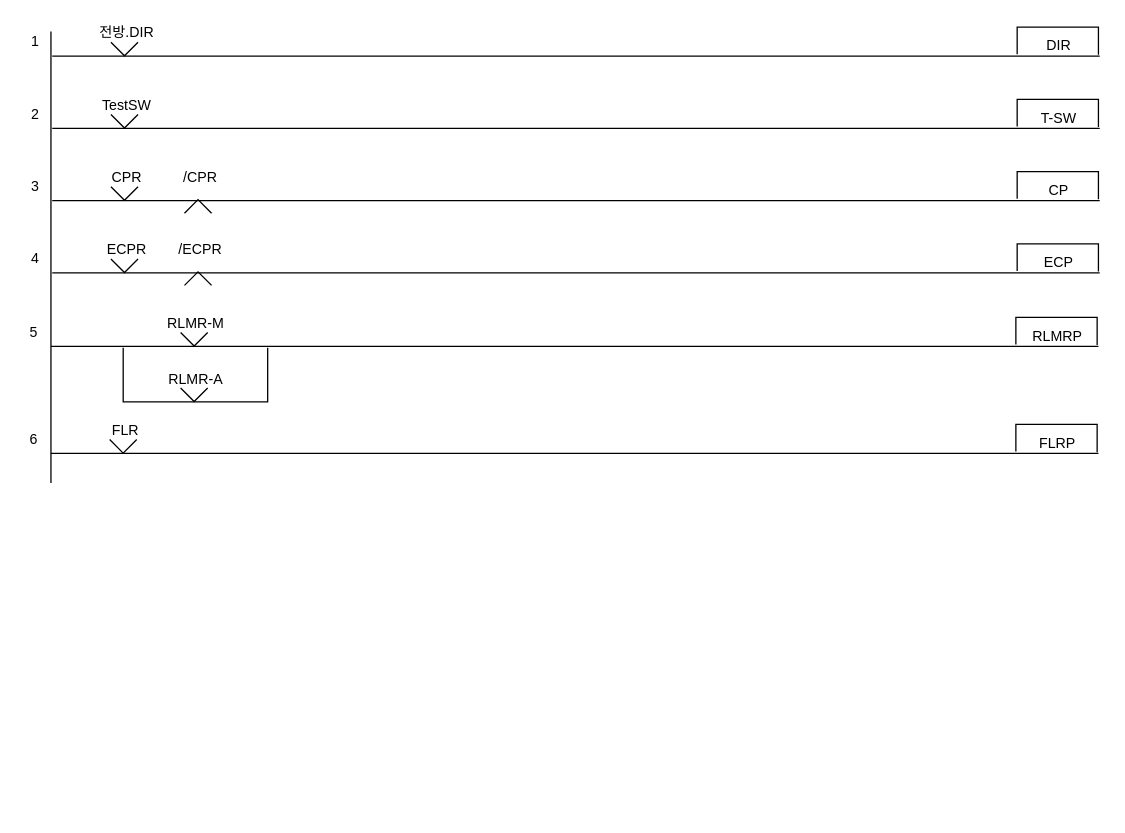
Before: page "통신제어(송신)" (6 of 6) of Untitled Diagram.drawio in chillin2/MyDraw.io, a draw.io diagram. Source tidied: cells renumbered, new cells numbered last; positions are measured from the earlier drawing's top-left corner, leaving out a move shared by most shapes. Both pictures are drawn from the tidied source at 129%, with x=0, y=0 at pixel (22, 22).
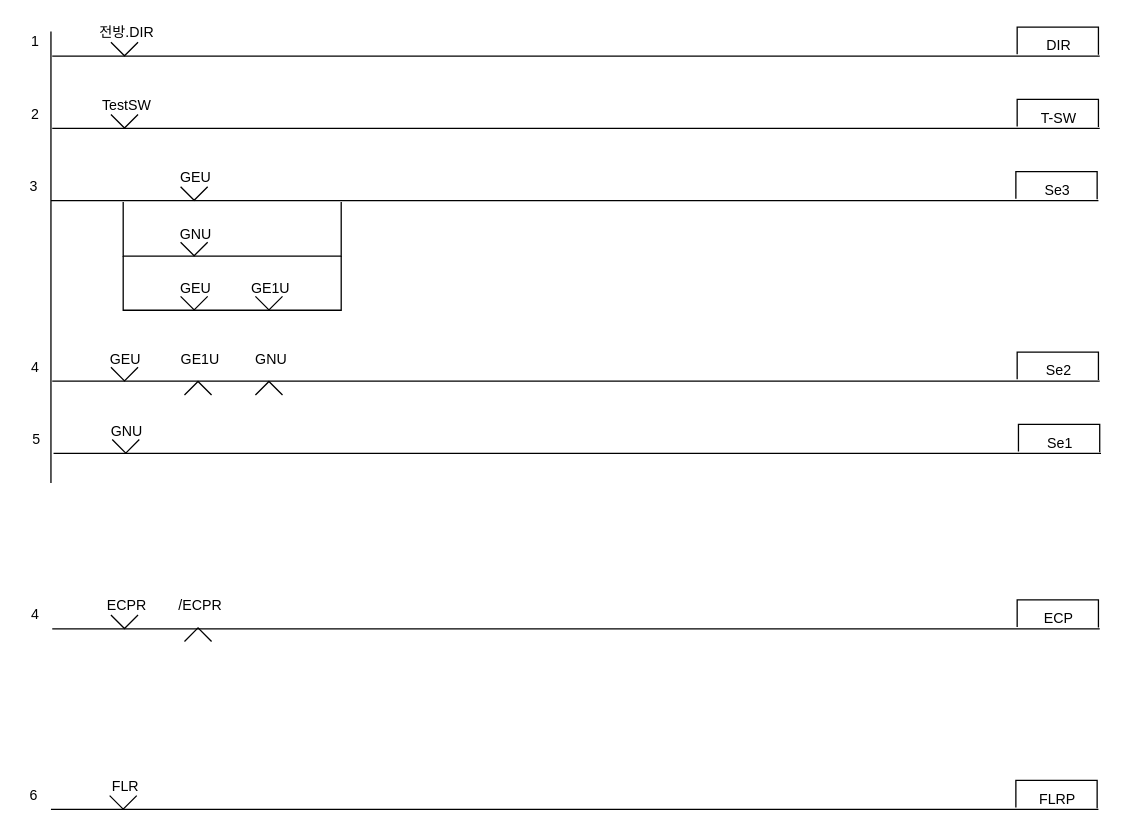
After the change.

The edit, as a diff of the source:
```diff
@@
     <mxCell id="15" style="endArrow=none;html=1;rounded=0;" parent="1" edge="1">
       <mxGeometry relative="1" as="geometry">
-        <mxPoint x="22" y="251" as="sourcePoint" />
-        <mxPoint x="834" y="251" as="targetPoint" />
+        <mxPoint x="22" y="138" as="sourcePoint" />
+        <mxPoint x="834" y="138" as="targetPoint" />
       </mxGeometry>
     </mxCell>
-    <mxCell id="16" value="RLMR-M" style="text;html=1;strokeColor=none;fillColor=none;align=center;verticalAlign=middle;whiteSpace=wrap;rounded=0;fontFamily=Helvetica;fontSize=11;fontColor=default;" parent="1" vertex="1">
-      <mxGeometry x="110" y="226" width="49" height="14" as="geometry" />
+    <mxCell id="16" value="GEU" style="text;html=1;strokeColor=none;fillColor=none;align=center;verticalAlign=middle;whiteSpace=wrap;rounded=0;fontFamily=Helvetica;fontSize=11;fontColor=default;" parent="1" vertex="1">
+      <mxGeometry x="110" y="113" width="49" height="14" as="geometry" />
     </mxCell>
-    <mxCell id="17" value="RLMRP" style="text;html=1;strokeColor=none;fillColor=none;align=center;verticalAlign=middle;whiteSpace=wrap;rounded=0;fontFamily=Helvetica;fontSize=11;fontColor=default;" parent="1" vertex="1">
-      <mxGeometry x="779" y="236" width="47" height="13" as="geometry" />
+    <mxCell id="17" value="Se3" style="text;html=1;strokeColor=none;fillColor=none;align=center;verticalAlign=middle;whiteSpace=wrap;rounded=0;fontFamily=Helvetica;fontSize=11;fontColor=default;" parent="1" vertex="1">
+      <mxGeometry x="779" y="123" width="47" height="13" as="geometry" />
     </mxCell>
     <mxCell id="18" style="endArrow=none;html=1;rounded=0;" parent="1" edge="1">
       <mxGeometry relative="1" as="geometry">
-        <mxPoint x="78" y="252" as="sourcePoint" />
-        <mxPoint x="190" y="252" as="targetPoint" />
+        <mxPoint x="78" y="139" as="sourcePoint" />
+        <mxPoint x="247" y="139" as="targetPoint" />
         <Array as="points">
-          <mxPoint x="78" y="294" />
-          <mxPoint x="190" y="294" />
+          <mxPoint x="78" y="181" />
+          <mxPoint x="247" y="181" />
         </Array>
       </mxGeometry>
     </mxCell>
     <mxCell id="19" style="endArrow=none;html=1;rounded=0;labelBackgroundColor=default;fontFamily=Helvetica;fontSize=11;fontColor=default;startSize=3;endSize=3;sourcePerimeterSpacing=0;strokeColor=default;shape=connector;jumpStyle=none;jumpSize=6;" parent="1" edge="1">
       <mxGeometry relative="1" as="geometry">
-        <mxPoint x="770" y="249.5" as="sourcePoint" />
-        <mxPoint x="833" y="250" as="targetPoint" />
+        <mxPoint x="770" y="136.5" as="sourcePoint" />
+        <mxPoint x="833" y="137" as="targetPoint" />
         <Array as="points">
-          <mxPoint x="770" y="228.5" />
-          <mxPoint x="833" y="228.5" />
+          <mxPoint x="770" y="115.5" />
+          <mxPoint x="833" y="115.5" />
         </Array>
       </mxGeometry>
     </mxCell>
     <mxCell id="20" style="verticalLabelPosition=bottom;html=1;verticalAlign=top;align=center;shape=mxgraph.floorplan.windowBow;strokeWidth=1;fontSize=11;" parent="1" vertex="1">
-      <mxGeometry x="122.5" y="240" width="21" height="11" as="geometry" />
+      <mxGeometry x="122.5" y="127" width="21" height="11" as="geometry" />
     </mxCell>
     <mxCell id="21" style="verticalLabelPosition=bottom;html=1;verticalAlign=top;align=center;shape=mxgraph.floorplan.windowBow;strokeWidth=1;fontSize=11;" parent="1" vertex="1">
-      <mxGeometry x="122.5" y="283" width="21" height="11" as="geometry" />
+      <mxGeometry x="122.5" y="170" width="21" height="11" as="geometry" />
     </mxCell>
-    <mxCell id="22" value="5" style="text;html=1;strokeColor=none;fillColor=none;align=center;verticalAlign=middle;whiteSpace=wrap;rounded=0;fontFamily=Helvetica;fontSize=11;fontColor=default;" parent="1" vertex="1">
-      <mxGeometry y="232" width="18" height="16" as="geometry" />
+    <mxCell id="22" value="3" style="text;html=1;strokeColor=none;fillColor=none;align=center;verticalAlign=middle;whiteSpace=wrap;rounded=0;fontFamily=Helvetica;fontSize=11;fontColor=default;" parent="1" vertex="1">
+      <mxGeometry y="119" width="18" height="16" as="geometry" />
     </mxCell>
     <mxCell id="23" style="endArrow=none;html=1;rounded=0;" parent="1" edge="1">
       <mxGeometry relative="1" as="geometry">
-        <mxPoint x="22" y="334" as="sourcePoint" />
-        <mxPoint x="834" y="334" as="targetPoint" />
+        <mxPoint x="22" y="610" as="sourcePoint" />
+        <mxPoint x="834" y="610" as="targetPoint" />
       </mxGeometry>
     </mxCell>
     <mxCell id="24" value="FLR" style="text;html=1;strokeColor=none;fillColor=none;align=center;verticalAlign=middle;whiteSpace=wrap;rounded=0;fontFamily=Helvetica;fontSize=11;fontColor=default;" parent="1" vertex="1">
-      <mxGeometry x="60" y="308" width="40" height="15" as="geometry" />
+      <mxGeometry x="60" y="584" width="40" height="15" as="geometry" />
     </mxCell>
     <mxCell id="25" value="FLRP" style="text;html=1;strokeColor=none;fillColor=none;align=center;verticalAlign=middle;whiteSpace=wrap;rounded=0;fontFamily=Helvetica;fontSize=11;fontColor=default;" parent="1" vertex="1">
-      <mxGeometry x="779" y="319" width="47" height="13" as="geometry" />
+      <mxGeometry x="779" y="595" width="47" height="13" as="geometry" />
     </mxCell>
     <mxCell id="26" style="endArrow=none;html=1;rounded=0;labelBackgroundColor=default;fontFamily=Helvetica;fontSize=11;fontColor=default;startSize=3;endSize=3;sourcePerimeterSpacing=0;strokeColor=default;shape=connector;jumpStyle=none;jumpSize=6;" parent="1" edge="1">
       <mxGeometry relative="1" as="geometry">
-        <mxPoint x="770" y="332.5" as="sourcePoint" />
-        <mxPoint x="833" y="333" as="targetPoint" />
+        <mxPoint x="770" y="608.5" as="sourcePoint" />
+        <mxPoint x="833" y="609" as="targetPoint" />
         <Array as="points">
-          <mxPoint x="770" y="311.5" />
-          <mxPoint x="833" y="311.5" />
+          <mxPoint x="770" y="587.5" />
+          <mxPoint x="833" y="587.5" />
         </Array>
       </mxGeometry>
     </mxCell>
     <mxCell id="27" style="verticalLabelPosition=bottom;html=1;verticalAlign=top;align=center;shape=mxgraph.floorplan.windowBow;strokeWidth=1;fontSize=11;" parent="1" vertex="1">
-      <mxGeometry x="67.5" y="323" width="21" height="11" as="geometry" />
+      <mxGeometry x="67.5" y="599" width="21" height="11" as="geometry" />
     </mxCell>
     <mxCell id="28" value="6" style="text;html=1;strokeColor=none;fillColor=none;align=center;verticalAlign=middle;whiteSpace=wrap;rounded=0;fontFamily=Helvetica;fontSize=11;fontColor=default;" parent="1" vertex="1">
-      <mxGeometry y="315" width="18" height="16" as="geometry" />
+      <mxGeometry y="591" width="18" height="16" as="geometry" />
     </mxCell>
     <mxCell id="29" style="endArrow=none;html=1;rounded=0;" parent="1" edge="1">
       <mxGeometry relative="1" as="geometry">
-        <mxPoint x="23" y="138" as="sourcePoint" />
-        <mxPoint x="835" y="138" as="targetPoint" />
+        <mxPoint x="23" y="278" as="sourcePoint" />
+        <mxPoint x="835" y="278" as="targetPoint" />
       </mxGeometry>
     </mxCell>
-    <mxCell id="30" value="CPR" style="text;html=1;strokeColor=none;fillColor=none;align=center;verticalAlign=middle;whiteSpace=wrap;rounded=0;fontFamily=Helvetica;fontSize=11;fontColor=default;" parent="1" vertex="1">
-      <mxGeometry x="61" y="112" width="40" height="15" as="geometry" />
+    <mxCell id="30" value="GEU" style="text;html=1;strokeColor=none;fillColor=none;align=center;verticalAlign=middle;whiteSpace=wrap;rounded=0;fontFamily=Helvetica;fontSize=11;fontColor=default;" parent="1" vertex="1">
+      <mxGeometry x="60" y="253" width="40" height="15" as="geometry" />
     </mxCell>
-    <mxCell id="31" value="CP" style="text;html=1;strokeColor=none;fillColor=none;align=center;verticalAlign=middle;whiteSpace=wrap;rounded=0;fontFamily=Helvetica;fontSize=11;fontColor=default;" parent="1" vertex="1">
-      <mxGeometry x="780" y="123" width="47" height="13" as="geometry" />
+    <mxCell id="31" value="Se2" style="text;html=1;strokeColor=none;fillColor=none;align=center;verticalAlign=middle;whiteSpace=wrap;rounded=0;fontFamily=Helvetica;fontSize=11;fontColor=default;" parent="1" vertex="1">
+      <mxGeometry x="780" y="263" width="47" height="13" as="geometry" />
     </mxCell>
     <mxCell id="32" style="endArrow=none;html=1;rounded=0;labelBackgroundColor=default;fontFamily=Helvetica;fontSize=11;fontColor=default;startSize=3;endSize=3;sourcePerimeterSpacing=0;strokeColor=default;shape=connector;jumpStyle=none;jumpSize=6;" parent="1" edge="1">
       <mxGeometry relative="1" as="geometry">
-        <mxPoint x="771" y="136.5" as="sourcePoint" />
-        <mxPoint x="834" y="137" as="targetPoint" />
+        <mxPoint x="771" y="276.5" as="sourcePoint" />
+        <mxPoint x="834" y="277" as="targetPoint" />
         <Array as="points">
-          <mxPoint x="771" y="115.5" />
-          <mxPoint x="834" y="115.5" />
+          <mxPoint x="771" y="255.5" />
+          <mxPoint x="834" y="255.5" />
         </Array>
       </mxGeometry>
     </mxCell>
     <mxCell id="33" style="verticalLabelPosition=bottom;html=1;verticalAlign=top;align=center;shape=mxgraph.floorplan.windowBow;strokeWidth=1;fontSize=11;" parent="1" vertex="1">
-      <mxGeometry x="68.5" y="127" width="21" height="11" as="geometry" />
+      <mxGeometry x="68.5" y="267" width="21" height="11" as="geometry" />
     </mxCell>
-    <mxCell id="34" value="3" style="text;html=1;strokeColor=none;fillColor=none;align=center;verticalAlign=middle;whiteSpace=wrap;rounded=0;fontFamily=Helvetica;fontSize=11;fontColor=default;" parent="1" vertex="1">
-      <mxGeometry x="1" y="119" width="18" height="16" as="geometry" />
+    <mxCell id="34" value="4" style="text;html=1;strokeColor=none;fillColor=none;align=center;verticalAlign=middle;whiteSpace=wrap;rounded=0;fontFamily=Helvetica;fontSize=11;fontColor=default;" parent="1" vertex="1">
+      <mxGeometry x="1" y="259" width="18" height="16" as="geometry" />
     </mxCell>
-    <mxCell id="35" value="/CPR" style="text;html=1;strokeColor=none;fillColor=none;align=center;verticalAlign=middle;whiteSpace=wrap;rounded=0;fontFamily=Helvetica;fontSize=11;fontColor=default;" parent="1" vertex="1">
-      <mxGeometry x="118" y="112" width="40" height="15" as="geometry" />
+    <mxCell id="35" value="GE1U" style="text;html=1;strokeColor=none;fillColor=none;align=center;verticalAlign=middle;whiteSpace=wrap;rounded=0;fontFamily=Helvetica;fontSize=11;fontColor=default;" parent="1" vertex="1">
+      <mxGeometry x="118" y="253" width="40" height="15" as="geometry" />
     </mxCell>
     <mxCell id="36" style="verticalLabelPosition=bottom;html=1;verticalAlign=top;align=center;shape=mxgraph.floorplan.windowBow;strokeWidth=1;fontSize=11;direction=west;" parent="1" vertex="1">
-      <mxGeometry x="125.5" y="137" width="21" height="11" as="geometry" />
+      <mxGeometry x="125.5" y="278" width="21" height="11" as="geometry" />
     </mxCell>
     <mxCell id="37" style="endArrow=none;html=1;rounded=0;" parent="1" edge="1">
       <mxGeometry relative="1" as="geometry">
-        <mxPoint x="23" y="194" as="sourcePoint" />
-        <mxPoint x="835" y="194" as="targetPoint" />
+        <mxPoint x="23" y="470" as="sourcePoint" />
+        <mxPoint x="835" y="470" as="targetPoint" />
       </mxGeometry>
     </mxCell>
     <mxCell id="38" value="ECPR" style="text;html=1;strokeColor=none;fillColor=none;align=center;verticalAlign=middle;whiteSpace=wrap;rounded=0;fontFamily=Helvetica;fontSize=11;fontColor=default;" parent="1" vertex="1">
-      <mxGeometry x="61" y="168" width="40" height="15" as="geometry" />
+      <mxGeometry x="61" y="444" width="40" height="15" as="geometry" />
     </mxCell>
     <mxCell id="39" value="ECP" style="text;html=1;strokeColor=none;fillColor=none;align=center;verticalAlign=middle;whiteSpace=wrap;rounded=0;fontFamily=Helvetica;fontSize=11;fontColor=default;" parent="1" vertex="1">
-      <mxGeometry x="780" y="179" width="47" height="13" as="geometry" />
+      <mxGeometry x="780" y="455" width="47" height="13" as="geometry" />
     </mxCell>
     <mxCell id="40" style="endArrow=none;html=1;rounded=0;labelBackgroundColor=default;fontFamily=Helvetica;fontSize=11;fontColor=default;startSize=3;endSize=3;sourcePerimeterSpacing=0;strokeColor=default;shape=connector;jumpStyle=none;jumpSize=6;" parent="1" edge="1">
       <mxGeometry relative="1" as="geometry">
-        <mxPoint x="771" y="192.5" as="sourcePoint" />
-        <mxPoint x="834" y="193" as="targetPoint" />
+        <mxPoint x="771" y="468.5" as="sourcePoint" />
+        <mxPoint x="834" y="469" as="targetPoint" />
         <Array as="points">
-          <mxPoint x="771" y="171.5" />
-          <mxPoint x="834" y="171.5" />
+          <mxPoint x="771" y="447.5" />
+          <mxPoint x="834" y="447.5" />
         </Array>
       </mxGeometry>
     </mxCell>
     <mxCell id="41" style="verticalLabelPosition=bottom;html=1;verticalAlign=top;align=center;shape=mxgraph.floorplan.windowBow;strokeWidth=1;fontSize=11;" parent="1" vertex="1">
-      <mxGeometry x="68.5" y="183" width="21" height="11" as="geometry" />
+      <mxGeometry x="68.5" y="459" width="21" height="11" as="geometry" />
     </mxCell>
     <mxCell id="42" value="4" style="text;html=1;strokeColor=none;fillColor=none;align=center;verticalAlign=middle;whiteSpace=wrap;rounded=0;fontFamily=Helvetica;fontSize=11;fontColor=default;" parent="1" vertex="1">
-      <mxGeometry x="1" y="175" width="18" height="16" as="geometry" />
+      <mxGeometry x="1" y="451" width="18" height="16" as="geometry" />
     </mxCell>
     <mxCell id="43" value="/ECPR" style="text;html=1;strokeColor=none;fillColor=none;align=center;verticalAlign=middle;whiteSpace=wrap;rounded=0;fontFamily=Helvetica;fontSize=11;fontColor=default;" parent="1" vertex="1">
-      <mxGeometry x="118" y="168" width="40" height="15" as="geometry" />
+      <mxGeometry x="118" y="444" width="40" height="15" as="geometry" />
     </mxCell>
     <mxCell id="44" style="verticalLabelPosition=bottom;html=1;verticalAlign=top;align=center;shape=mxgraph.floorplan.windowBow;strokeWidth=1;fontSize=11;direction=west;" parent="1" vertex="1">
-      <mxGeometry x="125.5" y="193" width="21" height="11" as="geometry" />
+      <mxGeometry x="125.5" y="469" width="21" height="11" as="geometry" />
     </mxCell>
-    <mxCell id="45" value="RLMR-A" style="text;html=1;strokeColor=none;fillColor=none;align=center;verticalAlign=middle;whiteSpace=wrap;rounded=0;fontFamily=Helvetica;fontSize=11;fontColor=default;" parent="1" vertex="1">
-      <mxGeometry x="110" y="270" width="49" height="14" as="geometry" />
+    <mxCell id="45" value="GNU" style="text;html=1;strokeColor=none;fillColor=none;align=center;verticalAlign=middle;whiteSpace=wrap;rounded=0;fontFamily=Helvetica;fontSize=11;fontColor=default;" parent="1" vertex="1">
+      <mxGeometry x="110" y="157" width="49" height="14" as="geometry" />
     </mxCell>
+    <mxCell id="46" style="endArrow=none;html=1;rounded=0;" parent="1" edge="1">
+      <mxGeometry relative="1" as="geometry">
+        <mxPoint x="78" y="181" as="sourcePoint" />
+        <mxPoint x="247" y="181" as="targetPoint" />
+        <Array as="points">
+          <mxPoint x="78" y="223" />
+          <mxPoint x="247" y="223" />
+        </Array>
+      </mxGeometry>
+    </mxCell>
+    <mxCell id="47" style="verticalLabelPosition=bottom;html=1;verticalAlign=top;align=center;shape=mxgraph.floorplan.windowBow;strokeWidth=1;fontSize=11;" parent="1" vertex="1">
+      <mxGeometry x="122.5" y="212" width="21" height="11" as="geometry" />
+    </mxCell>
+    <mxCell id="48" value="GEU" style="text;html=1;strokeColor=none;fillColor=none;align=center;verticalAlign=middle;whiteSpace=wrap;rounded=0;fontFamily=Helvetica;fontSize=11;fontColor=default;" parent="1" vertex="1">
+      <mxGeometry x="110" y="199" width="49" height="14" as="geometry" />
+    </mxCell>
+    <mxCell id="49" style="verticalLabelPosition=bottom;html=1;verticalAlign=top;align=center;shape=mxgraph.floorplan.windowBow;strokeWidth=1;fontSize=11;" parent="1" vertex="1">
+      <mxGeometry x="180.5" y="212" width="21" height="11" as="geometry" />
+    </mxCell>
+    <mxCell id="50" value="GE1U" style="text;html=1;strokeColor=none;fillColor=none;align=center;verticalAlign=middle;whiteSpace=wrap;rounded=0;fontFamily=Helvetica;fontSize=11;fontColor=default;" parent="1" vertex="1">
+      <mxGeometry x="168" y="199" width="49" height="14" as="geometry" />
+    </mxCell>
+    <mxCell id="51" value="GNU" style="text;html=1;strokeColor=none;fillColor=none;align=center;verticalAlign=middle;whiteSpace=wrap;rounded=0;fontFamily=Helvetica;fontSize=11;fontColor=default;" parent="1" vertex="1">
+      <mxGeometry x="173" y="253" width="40" height="15" as="geometry" />
+    </mxCell>
+    <mxCell id="52" style="verticalLabelPosition=bottom;html=1;verticalAlign=top;align=center;shape=mxgraph.floorplan.windowBow;strokeWidth=1;fontSize=11;direction=west;" parent="1" vertex="1">
+      <mxGeometry x="180.5" y="278" width="21" height="11" as="geometry" />
+    </mxCell>
+    <mxCell id="53" style="endArrow=none;html=1;rounded=0;" parent="1" edge="1">
+      <mxGeometry relative="1" as="geometry">
+        <mxPoint x="24" y="334" as="sourcePoint" />
+        <mxPoint x="836" y="334" as="targetPoint" />
+      </mxGeometry>
+    </mxCell>
+    <mxCell id="54" value="GNU" style="text;html=1;strokeColor=none;fillColor=none;align=center;verticalAlign=middle;whiteSpace=wrap;rounded=0;fontFamily=Helvetica;fontSize=11;fontColor=default;" parent="1" vertex="1">
+      <mxGeometry x="61" y="309" width="40" height="15" as="geometry" />
+    </mxCell>
+    <mxCell id="55" value="Se1" style="text;html=1;strokeColor=none;fillColor=none;align=center;verticalAlign=middle;whiteSpace=wrap;rounded=0;fontFamily=Helvetica;fontSize=11;fontColor=default;" parent="1" vertex="1">
+      <mxGeometry x="781" y="319" width="47" height="13" as="geometry" />
+    </mxCell>
+    <mxCell id="56" style="endArrow=none;html=1;rounded=0;labelBackgroundColor=default;fontFamily=Helvetica;fontSize=11;fontColor=default;startSize=3;endSize=3;sourcePerimeterSpacing=0;strokeColor=default;shape=connector;jumpStyle=none;jumpSize=6;" parent="1" edge="1">
+      <mxGeometry relative="1" as="geometry">
+        <mxPoint x="772" y="332.5" as="sourcePoint" />
+        <mxPoint x="835" y="333" as="targetPoint" />
+        <Array as="points">
+          <mxPoint x="772" y="311.5" />
+          <mxPoint x="835" y="311.5" />
+        </Array>
+      </mxGeometry>
+    </mxCell>
+    <mxCell id="57" style="verticalLabelPosition=bottom;html=1;verticalAlign=top;align=center;shape=mxgraph.floorplan.windowBow;strokeWidth=1;fontSize=11;" parent="1" vertex="1">
+      <mxGeometry x="69.5" y="323" width="21" height="11" as="geometry" />
+    </mxCell>
+    <mxCell id="58" value="5" style="text;html=1;strokeColor=none;fillColor=none;align=center;verticalAlign=middle;whiteSpace=wrap;rounded=0;fontFamily=Helvetica;fontSize=11;fontColor=default;" parent="1" vertex="1">
+      <mxGeometry x="2" y="315" width="18" height="16" as="geometry" />
+    </mxCell>
```
